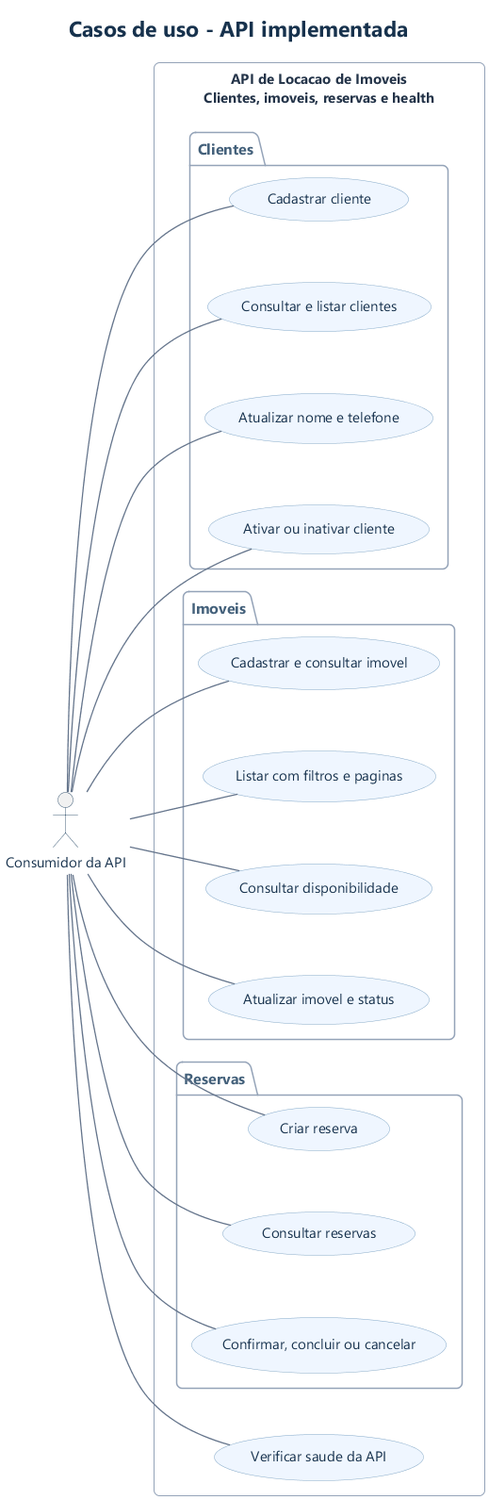
Before: docs/uml/imagens/01-casos-uso-atual.png, a diagram exported from PlantUML (MurilloKelvin/API-Locacao-de-imoveis).
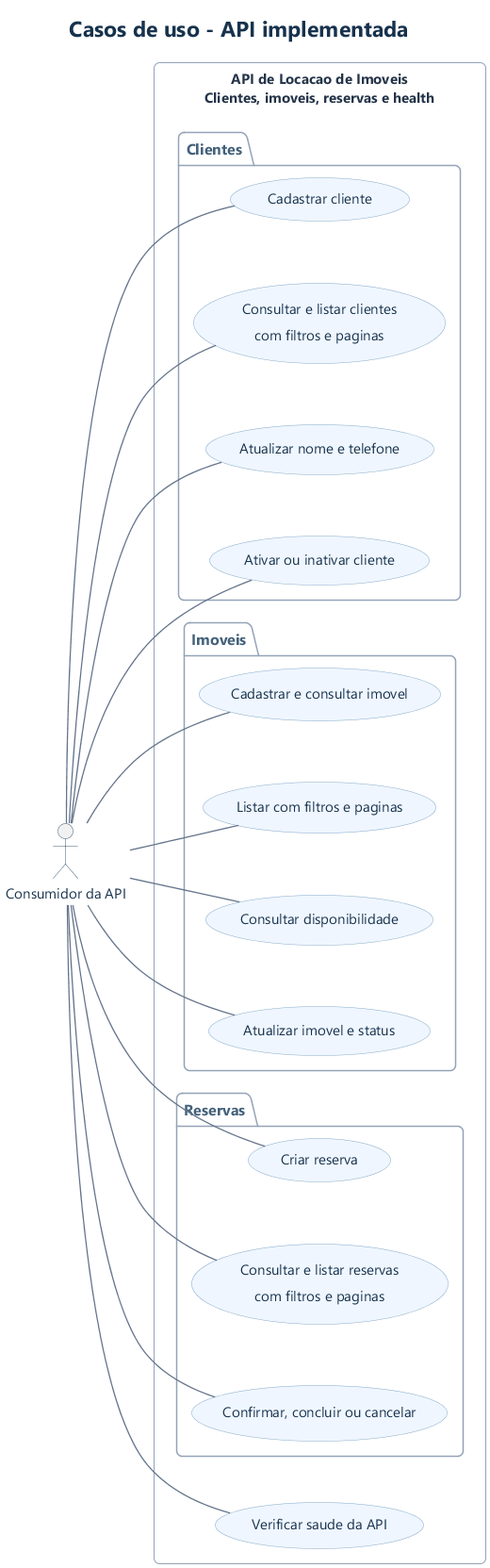
Later version of the same file.

The edit, as a diff of the source:
```diff
@@ -6,7 +6,7 @@
 rectangle "API de Locacao de Imoveis\nClientes, imoveis, reservas e health" {
   package "Clientes" {
     usecase "Cadastrar cliente" as c1
-    usecase "Consultar e listar clientes" as c2
+    usecase "Consultar e listar clientes\ncom filtros e paginas" as c2
     usecase "Atualizar nome e telefone" as c3
     usecase "Ativar ou inativar cliente" as c4
   }
@@ -18,7 +18,7 @@
   }
   package "Reservas" {
     usecase "Criar reserva" as r1
-    usecase "Consultar reservas" as r2
+    usecase "Consultar e listar reservas\ncom filtros e paginas" as r2
     usecase "Confirmar, concluir ou cancelar" as r3
   }
   usecase "Verificar saude da API" as h1
```
